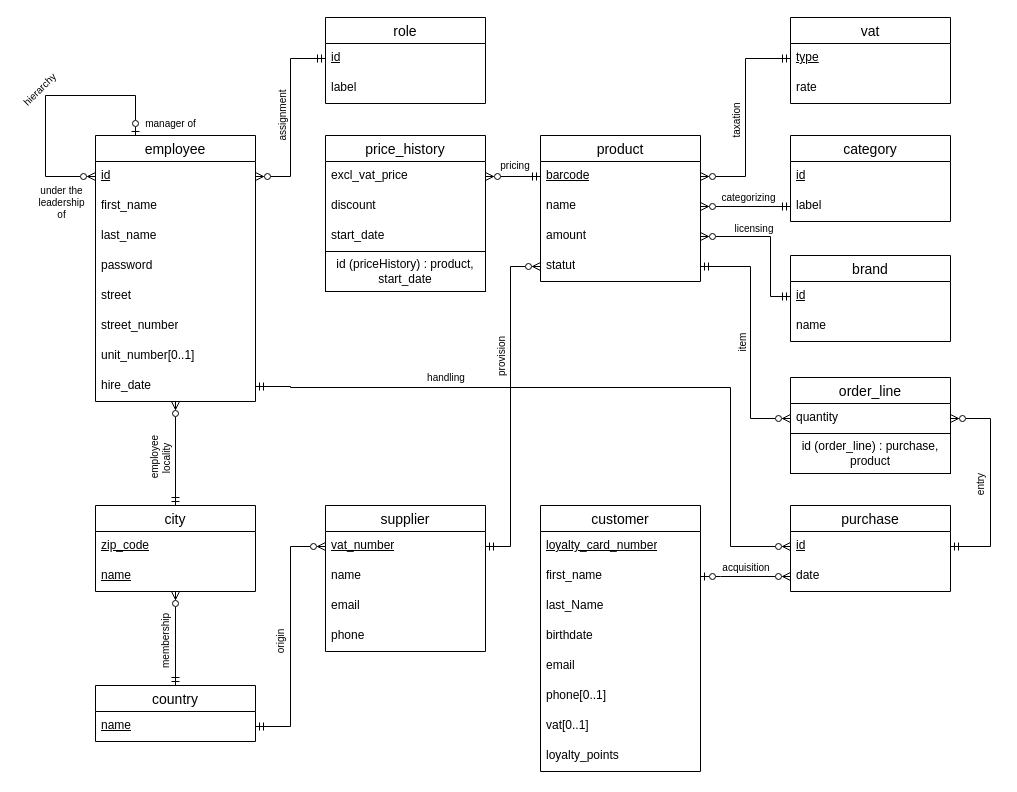
The draw.io diagram docs/DB/ER_diagram.drawio in maxoux53/petit-bazar, before the edit. Source tidied: cells renumbered, new cells numbered last; positions are measured from the earlier drawing's top-left corner, leaving out a move shared by most shapes. Both pictures are drawn from the tidied source at 100%, with x=0, y=0 at pixel (15, 17).
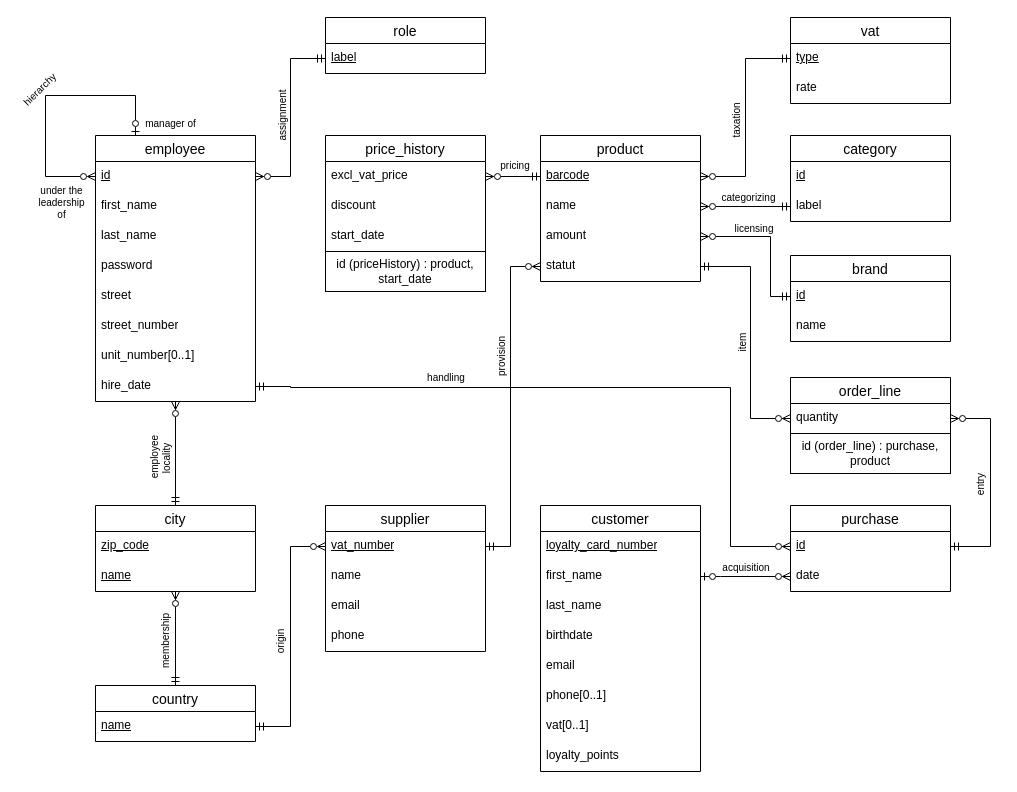
The same diagram, later.

Unchanged cells that the change refers to:
```xml
<mxCell id="38" value="customer" style="swimlane;fontStyle=0;horizontal=1;startSize=26;align=center;fontSize=14;" parent="1" vertex="1">
  <mxGeometry x="525" y="488" width="160" height="266" as="geometry" />
</mxCell>
```

The edit, as a diff of the source:
```diff
@@
-    <mxCell id="41" value="last_Name" style="text;strokeColor=none;fillColor=none;spacingLeft=4;spacingRight=4;overflow=hidden;fontSize=12;whiteSpace=wrap;html=1;" parent="38" vertex="1">
+    <mxCell id="41" value="last_name" style="text;strokeColor=none;fillColor=none;spacingLeft=4;spacingRight=4;overflow=hidden;fontSize=12;whiteSpace=wrap;html=1;" parent="38" vertex="1">
       <mxGeometry y="86" width="160" height="30" as="geometry" />
     </mxCell>
@@
     <mxCell id="70" value="role" style="swimlane;fontStyle=0;horizontal=1;startSize=26;align=center;fontSize=14;" parent="1" vertex="1">
-      <mxGeometry x="310" width="160" height="86" as="geometry" />
+      <mxGeometry x="310" width="160" height="56" as="geometry" />
     </mxCell>
-    <mxCell id="71" value="&lt;u&gt;id&lt;/u&gt;" style="text;strokeColor=none;fillColor=none;spacingLeft=4;spacingRight=4;overflow=hidden;points=[[0,0.5],[1,0.5]];portConstraint=eastwest;fontSize=12;whiteSpace=wrap;html=1;" parent="70" vertex="1">
+    <mxCell id="71" value="&lt;u&gt;label&lt;/u&gt;" style="text;strokeColor=none;fillColor=none;spacingLeft=4;spacingRight=4;overflow=hidden;points=[[0,0.5],[1,0.5]];portConstraint=eastwest;fontSize=12;whiteSpace=wrap;html=1;" parent="70" vertex="1">
       <mxGeometry y="26" width="160" height="30" as="geometry" />
     </mxCell>
-    <mxCell id="72" value="label" style="text;strokeColor=none;fillColor=none;spacingLeft=4;spacingRight=4;overflow=hidden;fontSize=12;whiteSpace=wrap;html=1;" parent="70" vertex="1">
-      <mxGeometry y="56" width="160" height="30" as="geometry" />
-    </mxCell>
```
